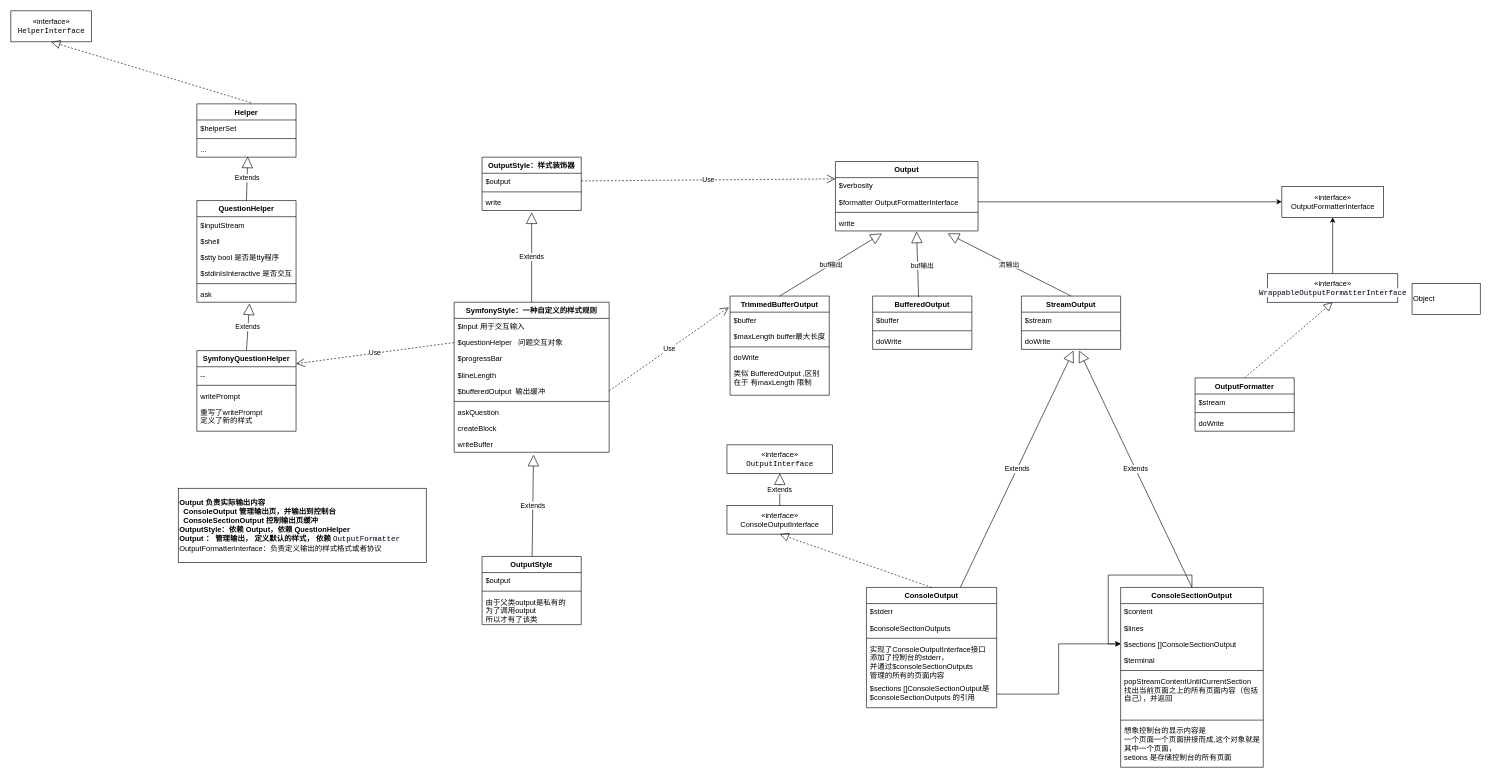
Before: page "IO-output" (3 of 3) of draw.io/lumen/command.drawio in liaoque/php-old-project, a draw.io diagram. Source tidied: cells renumbered, new cells numbered last; positions are measured from the earlier drawing's top-left corner, leaving out a move shared by most shapes. Both pictures are drawn from the tidied source at 62%, with x=0, y=0 at pixel (11, 11).
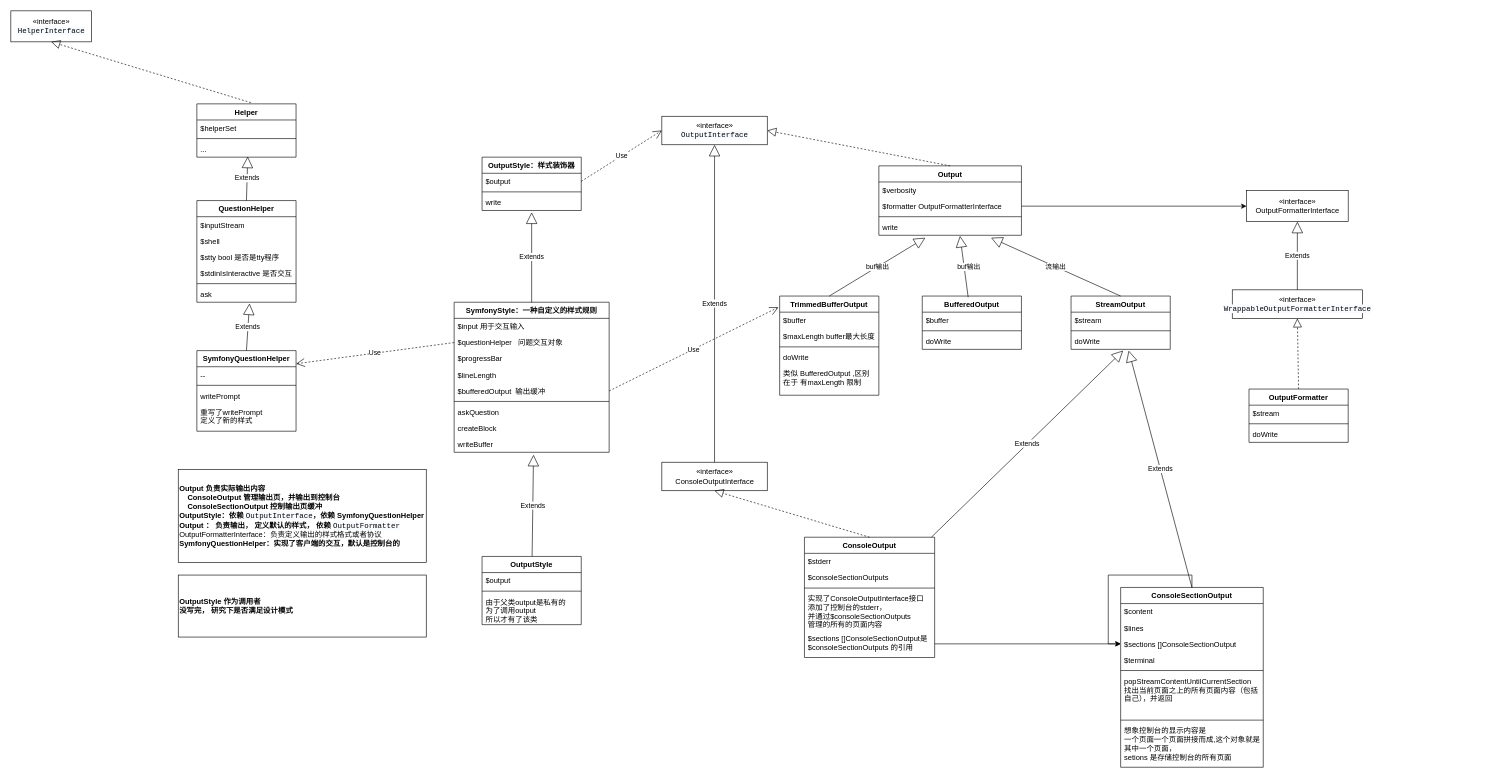
The same diagram, later.

Unchanged cells that the change refers to:
```xml
<mxCell id="18" value="$output" style="text;strokeColor=none;fillColor=none;align=left;verticalAlign=top;spacingLeft=4;spacingRight=4;overflow=hidden;points=[[0,0.5],[1,0.5]];portConstraint=eastwest;" parent="17" vertex="1">
  <mxGeometry y="26" width="160" height="26" as="geometry" />
</mxCell>
```

Change to the diagram source:
```diff
@@
     <mxCell id="22" value="Output" style="swimlane;fontStyle=1;align=center;verticalAlign=top;horizontal=1;startSize=26;" parent="1" vertex="1">
-      <mxGeometry x="1330" y="243" width="230" height="112" as="geometry" />
+      <mxGeometry x="1400" y="250" width="230" height="112" as="geometry" />
     </mxCell>
@@
-    <mxCell id="27" value="Use" style="endArrow=open;endSize=12;dashed=1;html=1;rounded=0;entryX=0;entryY=0.25;entryDx=0;entryDy=0;" parent="1" edge="1" source="18" target="22">
+    <mxCell id="27" value="Use" style="endArrow=open;endSize=12;dashed=1;html=1;rounded=0;entryX=0;entryY=0.5;entryDx=0;entryDy=0;exitX=1;exitY=0.5;exitDx=0;exitDy=0;" parent="1" edge="1" source="18" target="98">
       <mxGeometry relative="1" as="geometry" />
     </mxCell>
-    <mxCell id="28" value="Object" style="html=1;align=left;" parent="1" vertex="1">
-      <mxGeometry x="2260" y="440" width="110" height="50" as="geometry" />
-    </mxCell>
     <mxCell id="29" value="BufferedOutput" style="swimlane;fontStyle=1;align=center;verticalAlign=top;horizontal=1;startSize=26;" parent="1" vertex="1">
-      <mxGeometry x="1390" y="460" width="160" height="86" as="geometry" />
+      <mxGeometry x="1470" y="460" width="160" height="86" as="geometry" />
     </mxCell>
@@
     <mxCell id="33" value="StreamOutput" style="swimlane;fontStyle=1;align=center;verticalAlign=top;horizontal=1;startSize=26;" parent="1" vertex="1">
-      <mxGeometry x="1630" y="460" width="160" height="86" as="geometry" />
+      <mxGeometry x="1710" y="460" width="160" height="86" as="geometry" />
     </mxCell>
@@
     <mxCell id="37" value="ConsoleOutput" style="swimlane;fontStyle=1;align=center;verticalAlign=top;horizontal=1;startSize=26;" parent="1" vertex="1">
-      <mxGeometry x="1380" y="930" width="210" height="194" as="geometry" />
+      <mxGeometry x="1280" y="849" width="210" height="194" as="geometry" />
     </mxCell>
@@
     <mxCell id="62" value="TrimmedBufferOutput" style="swimlane;fontStyle=1;align=center;verticalAlign=top;horizontal=1;startSize=26;" parent="1" vertex="1">
-      <mxGeometry x="1160" y="460" width="160" height="160" as="geometry" />
+      <mxGeometry x="1240" y="460" width="160" height="160" as="geometry" />
     </mxCell>
@@
     <mxCell id="70" value="OutputFormatter" style="swimlane;fontStyle=1;align=center;verticalAlign=top;horizontal=1;startSize=26;" parent="1" vertex="1">
-      <mxGeometry x="1910" y="592" width="160" height="86" as="geometry" />
+      <mxGeometry x="1997" y="610" width="160" height="86" as="geometry" />
     </mxCell>
@@
     <mxCell id="75" value="«interface»&lt;br&gt;&lt;span style=&quot;text-align: left&quot;&gt;OutputFormatterInterface&lt;/span&gt;" style="html=1;" parent="1" vertex="1">
-      <mxGeometry x="2050" y="283" width="164" height="50" as="geometry" />
+      <mxGeometry x="1993" y="290" width="164" height="50" as="geometry" />
     </mxCell>
     <mxCell id="76" value="«interface»&lt;br&gt;&lt;span style=&quot;text-align: left&quot;&gt;ConsoleOutputInterface&lt;/span&gt;" style="html=1;" parent="1" vertex="1">
-      <mxGeometry x="1155" y="798" width="170" height="46" as="geometry" />
+      <mxGeometry x="1050" y="728" width="170" height="46" as="geometry" />
     </mxCell>
@@
-    <mxCell id="96" style="edgeStyle=orthogonalEdgeStyle;rounded=0;jettySize=auto;html=1;exitX=0.5;exitY=0;exitDx=0;exitDy=0;entryX=0.5;entryY=1;entryDx=0;entryDy=0;" parent="1" edge="1" source="97" target="75">
-      <mxGeometry relative="1" as="geometry" />
-    </mxCell>
     <mxCell id="97" value="«interface»&lt;br&gt;&lt;span style=&quot;background-color: rgb(247 , 250 , 255) ; font-family: &amp;#34;jetbrains mono&amp;#34; , monospace ; font-size: 9pt&quot;&gt;WrappableOutputFormatterInterface&lt;/span&gt;" style="html=1;" parent="1" vertex="1">
-      <mxGeometry x="2027" y="424" width="210" height="46" as="geometry" />
+      <mxGeometry x="1970" y="450" width="210" height="46" as="geometry" />
     </mxCell>
     <mxCell id="98" value="«interface»&lt;br&gt;&lt;span style=&quot;background-color: rgb(247 , 250 , 255) ; font-family: &amp;#34;jetbrains mono&amp;#34; , monospace ; font-size: 9pt&quot;&gt;OutputInterface&lt;/span&gt;" style="html=1;" parent="1" vertex="1">
-      <mxGeometry x="1155" y="700" width="170" height="46" as="geometry" />
+      <mxGeometry x="1050" y="170" width="170" height="46" as="geometry" />
     </mxCell>
-    <mxCell id="99" value="Extends" style="endArrow=block;endSize=16;endFill=0;html=1;rounded=0;entryX=0.525;entryY=1.077;entryDx=0;entryDy=0;entryPerimeter=0;" parent="1" edge="1" source="76">
-      <mxGeometry relative="1" as="geometry">
-        <mxPoint x="1240.3" y="746" as="targetPoint" />
-      </mxGeometry>
+    <mxCell id="99" value="Extends" style="endArrow=block;endSize=16;endFill=0;html=1;rounded=0;entryX=0.5;entryY=1;entryDx=0;entryDy=0;" parent="1" edge="1" source="76" target="98">
+      <mxGeometry relative="1" as="geometry" />
     </mxCell>
-    <mxCell id="100" value="&lt;span style=&quot;font-weight: 700&quot;&gt;Output 负责实际输出内容&lt;br&gt;&lt;/span&gt;&lt;span style=&quot;font-weight: 700&quot;&gt;&amp;nbsp; ConsoleOutput 管理输出页，并输出到控制台&lt;br&gt;&lt;/span&gt;&lt;span style=&quot;font-weight: 700 ; text-align: center&quot;&gt;&amp;nbsp; ConsoleSectionOutput 控制输出页缓冲&lt;/span&gt;&lt;span style=&quot;font-weight: 700&quot;&gt;&lt;br&gt;&lt;/span&gt;&lt;span style=&quot;font-weight: 700&quot;&gt;OutputStyle：依赖&amp;nbsp;&lt;/span&gt;&lt;span style=&quot;font-weight: 700&quot;&gt;Output，依赖&amp;nbsp;&lt;/span&gt;&lt;span style=&quot;font-weight: 700 ; text-align: center&quot;&gt;QuestionHelper&lt;br&gt;&lt;/span&gt;&lt;span style=&quot;font-weight: 700&quot;&gt;Output&amp;nbsp;&lt;/span&gt;&lt;span style=&quot;font-weight: 700&quot;&gt;： 管理输出， 定义默认的样式， 依赖&amp;nbsp;&lt;/span&gt;&lt;span style=&quot;background-color: rgb(247 , 250 , 255) ; font-family: &amp;#34;jetbrains mono&amp;#34; , monospace ; font-size: 9pt&quot;&gt;OutputFormatter&lt;/span&gt;&lt;span style=&quot;font-weight: 700&quot;&gt;&lt;br&gt;&lt;/span&gt;OutputFormatterInterface：负责定义输出的样式格式或者协议" style="rounded=0;whiteSpace=wrap;html=1;align=left;" parent="1" vertex="1">
-      <mxGeometry x="270" y="770" width="400" height="120" as="geometry" />
+    <mxCell id="100" value="&lt;span style=&quot;font-weight: 700&quot;&gt;Output 负责实际输出内容&lt;br&gt;&lt;/span&gt;&lt;span style=&quot;font-weight: 700&quot;&gt;&amp;nbsp; &amp;nbsp; ConsoleOutput 管理输出页，并输出到控制台&lt;br&gt;&lt;/span&gt;&lt;span style=&quot;font-weight: 700 ; text-align: center&quot;&gt;&amp;nbsp; &amp;nbsp; ConsoleSectionOutput 控制输出页缓冲&lt;/span&gt;&lt;span style=&quot;font-weight: 700&quot;&gt;&lt;br&gt;&lt;/span&gt;&lt;span style=&quot;font-weight: 700&quot;&gt;OutputStyle：依赖&amp;nbsp;&lt;/span&gt;&lt;span style=&quot;font-family: &amp;#34;jetbrains mono&amp;#34; , monospace ; text-align: center ; background-color: rgb(247 , 250 , 255)&quot;&gt;OutputInterface&lt;/span&gt;&lt;span style=&quot;font-weight: 700&quot;&gt;，依赖&amp;nbsp;&lt;/span&gt;&lt;span style=&quot;font-weight: 700 ; text-align: center&quot;&gt;SymfonyQuestionHelper&lt;/span&gt;&lt;span style=&quot;font-weight: 700 ; text-align: center&quot;&gt;&lt;br&gt;&lt;/span&gt;&lt;span style=&quot;font-weight: 700&quot;&gt;Output&amp;nbsp;&lt;/span&gt;&lt;span style=&quot;font-weight: 700&quot;&gt;： 负责输出， 定义默认的样式， 依赖&amp;nbsp;&lt;/span&gt;&lt;span style=&quot;background-color: rgb(247 , 250 , 255) ; font-family: &amp;#34;jetbrains mono&amp;#34; , monospace ; font-size: 9pt&quot;&gt;OutputFormatter&lt;/span&gt;&lt;span style=&quot;font-weight: 700&quot;&gt;&lt;br&gt;&lt;/span&gt;OutputFormatterInterface：负责定义输出的样式格式或者协议&lt;br&gt;&lt;span style=&quot;font-weight: 700 ; text-align: center&quot;&gt;SymfonyQuestionHelper：实现了客户端的交互，默认是控制台的&lt;/span&gt;" style="rounded=0;whiteSpace=wrap;html=1;align=left;" parent="1" vertex="1">
+      <mxGeometry x="270" y="740" width="400" height="150" as="geometry" />
     </mxCell>
+    <mxCell id="101" value="&lt;span style=&quot;font-weight: 700&quot;&gt;OutputStyle 作为调用者&lt;br&gt;没写完， 研究下是否满足设计模式&lt;br&gt;&lt;/span&gt;" style="rounded=0;whiteSpace=wrap;html=1;align=left;" parent="1" vertex="1">
+      <mxGeometry x="270" y="910" width="400" height="100" as="geometry" />
+    </mxCell>
+    <mxCell id="102" style="endArrow=block;dashed=1;endFill=0;endSize=12;html=1;rounded=0;entryX=1;entryY=0.5;entryDx=0;entryDy=0;exitX=0.5;exitY=0;exitDx=0;exitDy=0;" parent="1" edge="1" source="22" target="98">
+      <mxGeometry relative="1" as="geometry" />
+    </mxCell>
+    <mxCell id="96" value="Extends" style="endArrow=block;endSize=16;endFill=0;html=1;rounded=0;entryX=0.5;entryY=1;entryDx=0;entryDy=0;" parent="1" edge="1" source="97" target="75">
+      <mxGeometry relative="1" as="geometry" />
+    </mxCell>
```
